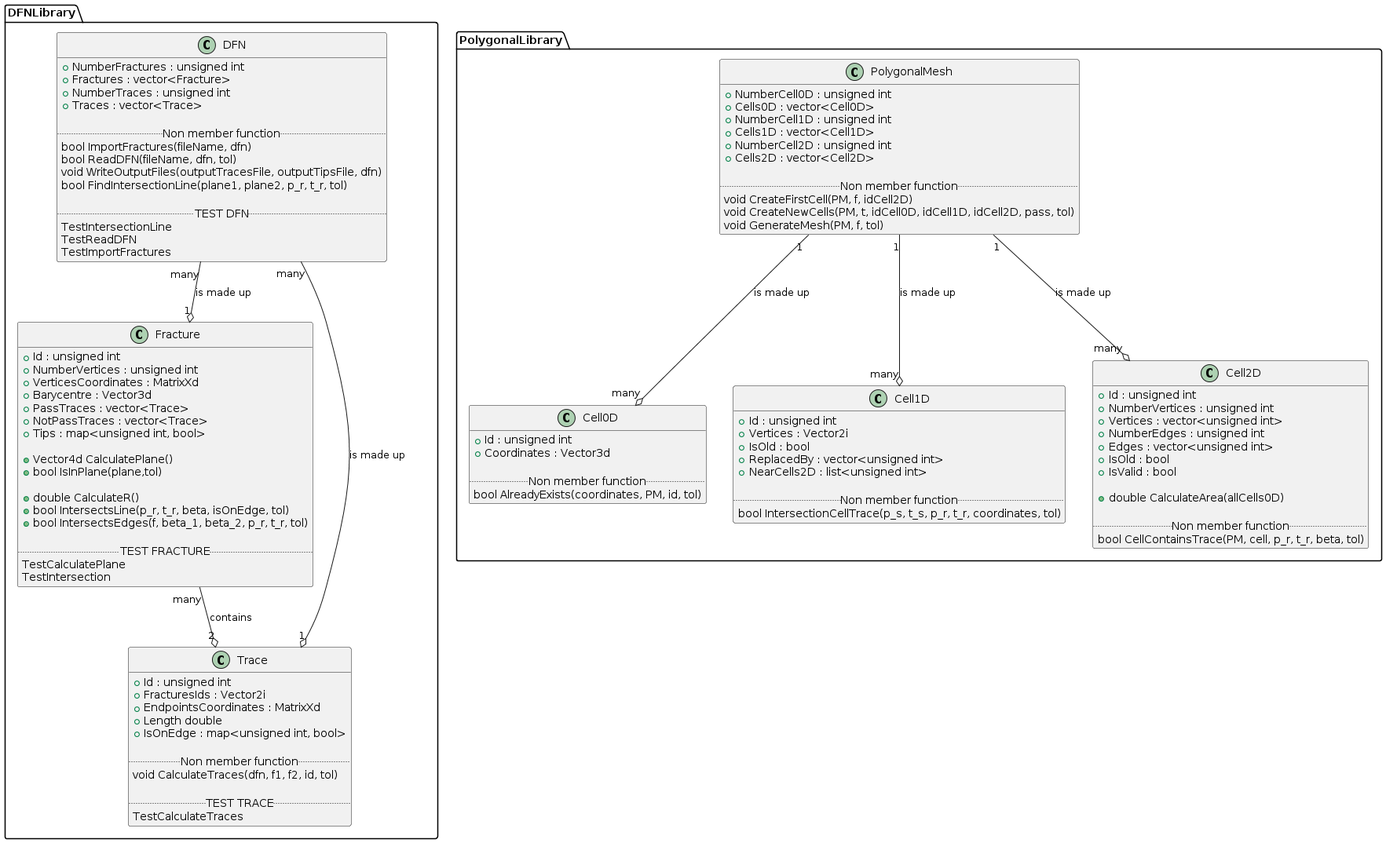
vittoria1108/Progetto_PCS_2024 keeps this PlantUML diagram as Project/Documentazione/Documentazione.png. Above is the earlier version. Source of this version:
```plantuml
@startuml
package DFNLibrary <<Folder>>
{
class DFN
{
+ NumberFractures : unsigned int
+ Fractures : vector<Fracture>
+ NumberTraces : unsigned int
+ Traces : vector<Trace>

..Non member function..
bool ImportFractures(fileName, dfn)
bool ReadDFN(fileName, dfn, tol)
void WriteOutputFiles(outputTracesFile, outputTipsFile, dfn)
bool FindIntersectionLine(plane1, plane2, p_r, t_r, tol)

..TEST DFN..
TestIntersectionLine
TestReadDFN
TestImportFractures
}

class Fracture
{
+ Id : unsigned int
+ NumberVertices : unsigned int
+ VerticesCoordinates : MatrixXd
+ Barycentre : Vector3d
+ PassTraces : vector<Trace>
+ NotPassTraces : vector<Trace>
+ Tips : map<unsigned int, bool>

+ Vector4d CalculatePlane()
+ bool IsInPlane(plane,tol)

+ double CalculateR()
+ bool IntersectsLine(p_r, t_r, beta, isOnEdge, tol)
+ bool IntersectsEdges(f, beta_1, beta_2, p_r, t_r, tol)

..TEST FRACTURE..
TestCalculatePlane
TestIntersection
}

class Trace
{
+ Id : unsigned int
+ FracturesIds : Vector2i
+ EndpointsCoordinates : MatrixXd
+ Length double
+ IsOnEdge : map<unsigned int, bool>

..Non member function..
void CalculateTraces(dfn, f1, f2, id, tol)

..TEST TRACE..
TestCalculateTraces
}

}

DFN "many" --o "1" Fracture : is made up
DFN "many" --o "1" Trace : is made up
Fracture "many" --o "2" Trace : contains

package PolygonalLibrary <<Folder>>
{

class PolygonalMesh
{
+ NumberCell0D : unsigned int
+ Cells0D : vector<Cell0D>
+ NumberCell1D : unsigned int
+ Cells1D : vector<Cell1D>
+ NumberCell2D : unsigned int
+ Cells2D : vector<Cell2D>

..Non member function..
void CreateFirstCell(PM, f, idCell2D)
void CreateNewCells(PM, t, idCell0D, idCell1D, idCell2D, pass, tol)
void GenerateMesh(PM, f, tol)
}

class Cell0D
{
+ Id : unsigned int
+ Coordinates : Vector3d

..Non member function..
bool AlreadyExists(coordinates, PM, id, tol)
}

class Cell1D
{
+ Id : unsigned int
+ Vertices : Vector2i
+ IsOld : bool
+ ReplacedBy : vector<unsigned int>
+ NearCells2D : list<unsigned int>

..Non member function..
bool IntersectionCellTrace(p_s, t_s, p_r, t_r, coordinates, tol)
}

class Cell2D
{
+ Id : unsigned int
+ NumberVertices : unsigned int
+ Vertices : vector<unsigned int>
+ NumberEdges : unsigned int
+ Edges : vector<unsigned int>
+ IsOld : bool
+ IsValid : bool

+ double CalculateArea(allCells0D)

..Non member function..
bool CellContainsTrace(PM, cell, p_r, t_r, beta, tol)
}

PolygonalMesh "1" --o "many" Cell0D : is made up
PolygonalMesh "1" --o "many" Cell1D : is made up
PolygonalMesh "1" --o "many" Cell2D : is made up
}
@enduml
```
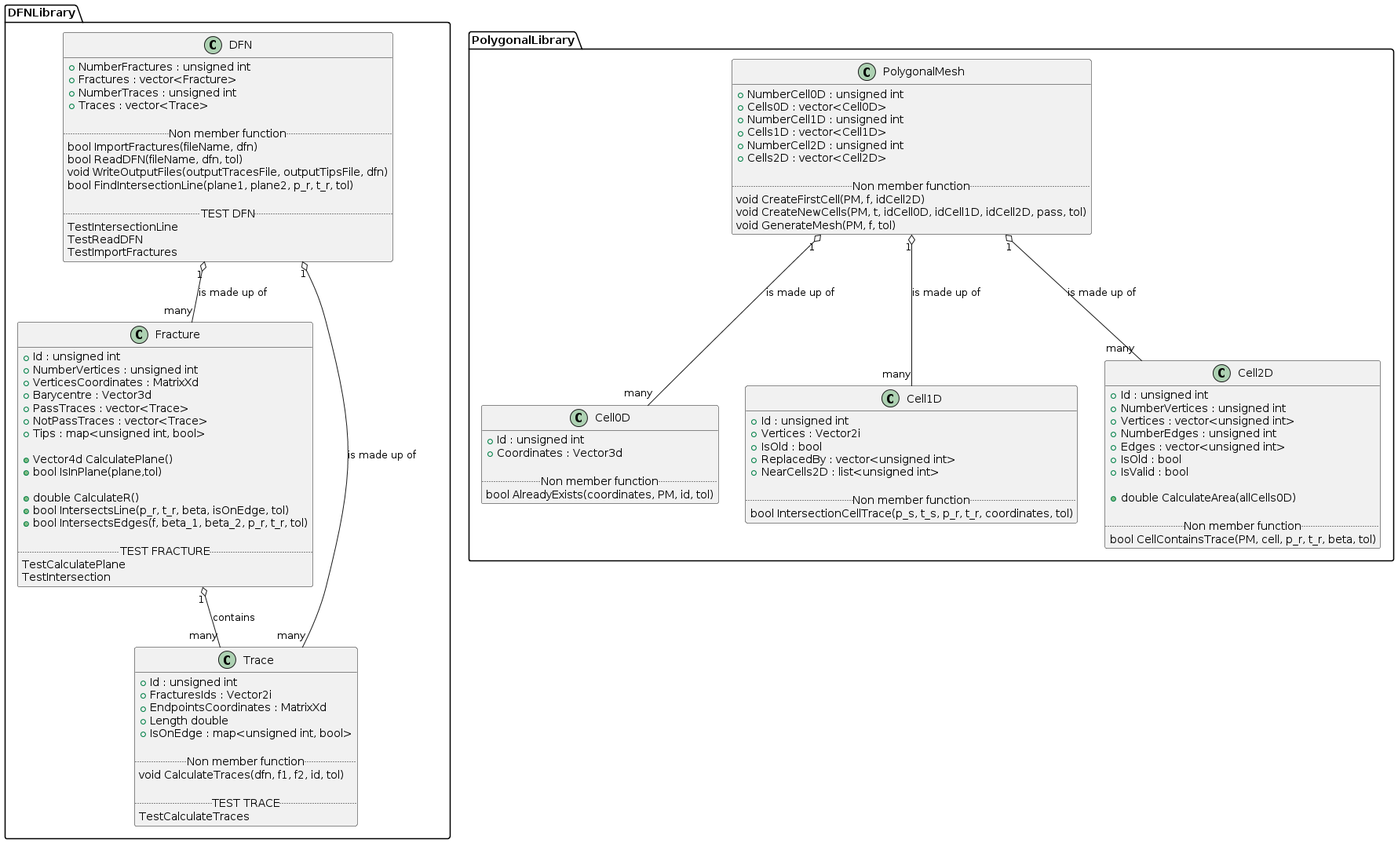
Later version of the same file.

Change to the diagram source:
```diff
@@ -59,9 +59,9 @@
 
 }
 
-DFN "many" --o "1" Fracture : is made up
-DFN "many" --o "1" Trace : is made up
-Fracture "many" --o "2" Trace : contains
+DFN "1" o-- "many" Fracture : is made up of
+DFN "1" o-- "many" Trace : is made up of
+Fracture "1" o-- "many" Trace : contains
 
 package PolygonalLibrary <<Folder>>
 {
@@ -118,8 +118,8 @@
 bool CellContainsTrace(PM, cell, p_r, t_r, beta, tol)
 }
 
-PolygonalMesh "1" --o "many" Cell0D : is made up
-PolygonalMesh "1" --o "many" Cell1D : is made up
-PolygonalMesh "1" --o "many" Cell2D : is made up
+PolygonalMesh "1" o-- "many" Cell0D : is made up of
+PolygonalMesh "1" o-- "many" Cell1D : is made up of
+PolygonalMesh "1" o-- "many" Cell2D : is made up of
 }
 @enduml
```
